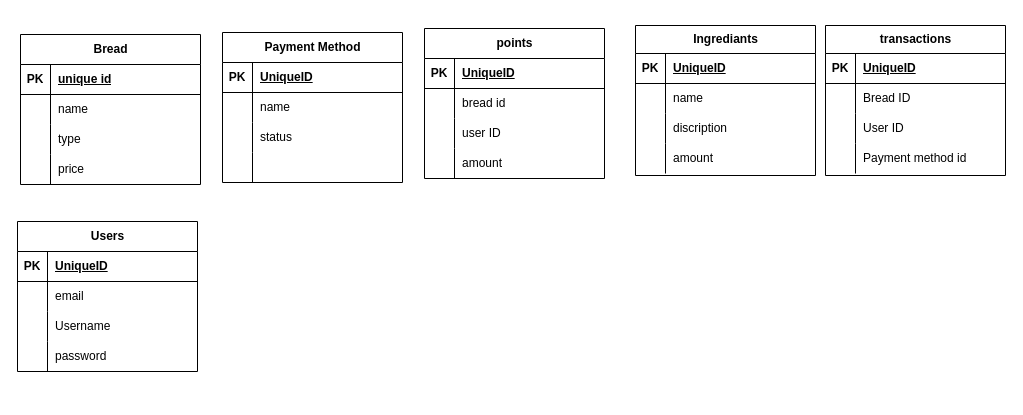
The draw.io diagram page "Page-2" (2 of 2) of Trapezoid Diagram.drawio in arifsamadi2012/go_Mohammad_Arif_Samadi, before the edit. Source tidied: cells renumbered, new cells numbered last; positions are measured from the earlier drawing's top-left corner, leaving out a move shared by most shapes. Both pictures are drawn from the tidied source at 100%, with x=0, y=0 at pixel (17, 25).
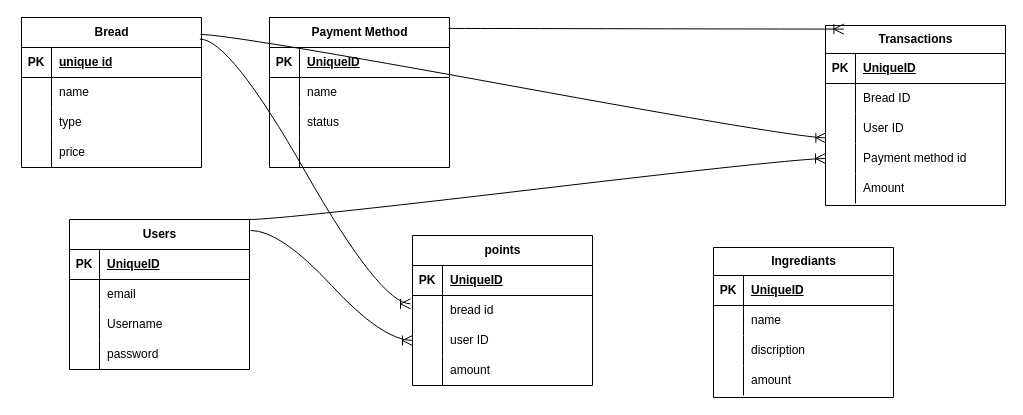
The same page after the edit.

Commit message:
Bakery ERD

The change refers to these unchanged cells:
```xml
<mxCell id="32" style="shape=tableRow;horizontal=0;startSize=0;swimlaneHead=0;swimlaneBody=0;fillColor=none;points=[[0,0.5],[1,0.5]];portConstraint=eastwest;top=0;left=0;right=0;bottom=0;" parent="28" vertex="1">
  <mxGeometry y="60" width="180" height="30" as="geometry" />
</mxCell>
<mxCell id="35" style="shape=tableRow;horizontal=0;startSize=0;swimlaneHead=0;swimlaneBody=0;fillColor=none;points=[[0,0.5],[1,0.5]];portConstraint=eastwest;top=0;left=0;right=0;bottom=0;" parent="28" vertex="1">
  <mxGeometry y="90" width="180" height="30" as="geometry" />
</mxCell>
<mxCell id="61" style="shape=tableRow;horizontal=0;startSize=0;swimlaneHead=0;swimlaneBody=0;fillColor=none;points=[[0,0.5],[1,0.5]];portConstraint=eastwest;top=0;left=0;right=0;bottom=0;" parent="54" vertex="1">
  <mxGeometry y="88" width="180" height="30" as="geometry" />
</mxCell>
<mxCell id="64" style="shape=tableRow;horizontal=0;startSize=0;swimlaneHead=0;swimlaneBody=0;fillColor=none;points=[[0,0.5],[1,0.5]];portConstraint=eastwest;top=0;left=0;right=0;bottom=0;" parent="54" vertex="1">
  <mxGeometry y="118" width="180" height="30" as="geometry" />
</mxCell>
```

The edit, as a diff of the source:
```diff
@@
     <mxCell id="2" value="Bread" style="shape=table;startSize=30;childLayout=tableLayout;rowLines=0;fontStyle=1;align=center;html=1;" parent="1" vertex="1">
-      <mxGeometry x="3" y="9" width="180" height="150" as="geometry" />
+      <mxGeometry x="4" y="-8" width="180" height="150" as="geometry" />
     </mxCell>
@@
     <mxCell id="15" value="Payment Method" style="shape=table;startSize=30;childLayout=tableLayout;rowLines=0;fontStyle=1;align=center;html=1;" parent="1" vertex="1">
-      <mxGeometry x="205" y="7" width="180" height="150" as="geometry" />
+      <mxGeometry x="252" y="-8" width="180" height="150" as="geometry" />
     </mxCell>
@@
     <mxCell id="28" value="points" style="shape=table;startSize=30;childLayout=tableLayout;rowLines=0;fontStyle=1;align=center;html=1;" parent="1" vertex="1">
-      <mxGeometry x="407" y="3" width="180" height="150" as="geometry" />
+      <mxGeometry x="395" y="210" width="180" height="150" as="geometry" />
     </mxCell>
@@
     <mxCell id="41" value="Ingrediants" style="shape=table;startSize=28;childLayout=tableLayout;rowLines=0;fontStyle=1;align=center;html=1;" parent="1" vertex="1">
-      <mxGeometry x="618" width="180" height="150" as="geometry" />
+      <mxGeometry x="696" y="222" width="180" height="150" as="geometry" />
     </mxCell>
@@
-    <mxCell id="54" value="transactions" style="shape=table;startSize=28;childLayout=tableLayout;rowLines=0;fontStyle=1;align=center;html=1;" parent="1" vertex="1">
-      <mxGeometry x="808" width="180" height="150" as="geometry" />
+    <mxCell id="54" value="Transactions" style="shape=table;startSize=28;childLayout=tableLayout;rowLines=0;fontStyle=1;align=center;html=1;" parent="1" vertex="1">
+      <mxGeometry x="808" width="180" height="180" as="geometry" />
     </mxCell>
@@
+    <mxCell id="80" style="shape=tableRow;horizontal=0;startSize=0;swimlaneHead=0;swimlaneBody=0;fillColor=none;top=0;left=0;right=0;bottom=0;" parent="54" vertex="1">
+      <mxGeometry y="148" width="180" height="30" as="geometry" />
+    </mxCell>
+    <mxCell id="81" style="shape=partialRectangle;fillColor=none;top=0;left=0;bottom=0;right=0;overflow=hidden;whiteSpace=wrap;html=1;" parent="80" vertex="1">
+      <mxGeometry width="30" height="30" as="geometry" />
+    </mxCell>
+    <mxCell id="82" value="Amount" style="shape=partialRectangle;fillColor=none;top=0;left=0;bottom=0;right=0;align=left;spacingLeft=6;overflow=hidden;whiteSpace=wrap;html=1;" parent="80" vertex="1">
+      <mxGeometry x="30" width="150" height="30" as="geometry" />
+    </mxCell>
     <mxCell id="67" value="Users" style="shape=table;startSize=30;childLayout=tableLayout;rowLines=0;fontStyle=1;align=center;html=1;" parent="1" vertex="1">
-      <mxGeometry y="196" width="180" height="150" as="geometry" />
+      <mxGeometry x="52" y="194" width="180" height="150" as="geometry" />
     </mxCell>
@@
+    <mxCell id="83" style="edgeStyle=entityRelationEdgeStyle;fontSize=12;html=1;endArrow=ERoneToMany;rounded=0;startSize=8;endSize=8;curved=1;exitX=1.006;exitY=0.073;exitDx=0;exitDy=0;exitPerimeter=0;entryX=0;entryY=0.5;entryDx=0;entryDy=0;" parent="1" edge="1" source="67" target="35">
+      <mxGeometry relative="1" as="geometry">
+        <Array as="points">
+          <mxPoint x="352" y="190" />
+          <mxPoint x="341" y="183" />
+          <mxPoint x="355" y="281" />
+          <mxPoint x="368" y="264" />
+        </Array>
+      </mxGeometry>
+    </mxCell>
+    <mxCell id="84" style="edgeStyle=entityRelationEdgeStyle;fontSize=12;html=1;endArrow=ERoneToMany;rounded=0;startSize=8;endSize=8;curved=1;exitX=0.991;exitY=0.144;exitDx=0;exitDy=0;exitPerimeter=0;entryX=-0.011;entryY=0.278;entryDx=0;entryDy=0;entryPerimeter=0;" parent="1" edge="1" source="2" target="32">
+      <mxGeometry relative="1" as="geometry">
+        <Array as="points">
+          <mxPoint x="250" y="194" />
+          <mxPoint x="286" y="208" />
+        </Array>
+      </mxGeometry>
+    </mxCell>
+    <mxCell id="85" style="edgeStyle=entityRelationEdgeStyle;fontSize=12;html=1;endArrow=ERoneToMany;rounded=0;startSize=8;endSize=8;curved=1;exitX=0.994;exitY=0.073;exitDx=0;exitDy=0;exitPerimeter=0;entryX=0.102;entryY=0.02;entryDx=0;entryDy=0;entryPerimeter=0;" parent="1" edge="1" source="15" target="54">
+      <mxGeometry relative="1" as="geometry">
+        <Array as="points">
+          <mxPoint x="629.3" y="-78.7" />
+          <mxPoint x="622.6" y="-46.4" />
+          <mxPoint x="635.3" y="-78.7" />
+        </Array>
+      </mxGeometry>
+    </mxCell>
+    <mxCell id="86" style="edgeStyle=entityRelationEdgeStyle;fontSize=12;html=1;endArrow=ERoneToMany;rounded=0;startSize=8;endSize=8;curved=1;exitX=0.994;exitY=0.113;exitDx=0;exitDy=0;exitPerimeter=0;entryX=0.002;entryY=0.811;entryDx=0;entryDy=0;entryPerimeter=0;" parent="1" edge="1" source="2" target="61">
+      <mxGeometry relative="1" as="geometry" />
+    </mxCell>
+    <mxCell id="87" style="edgeStyle=entityRelationEdgeStyle;fontSize=12;html=1;endArrow=ERoneToMany;rounded=0;startSize=8;endSize=8;curved=1;exitX=1;exitY=0;exitDx=0;exitDy=0;entryX=0;entryY=0.5;entryDx=0;entryDy=0;" parent="1" edge="1" source="67" target="64">
+      <mxGeometry relative="1" as="geometry" />
+    </mxCell>
```
